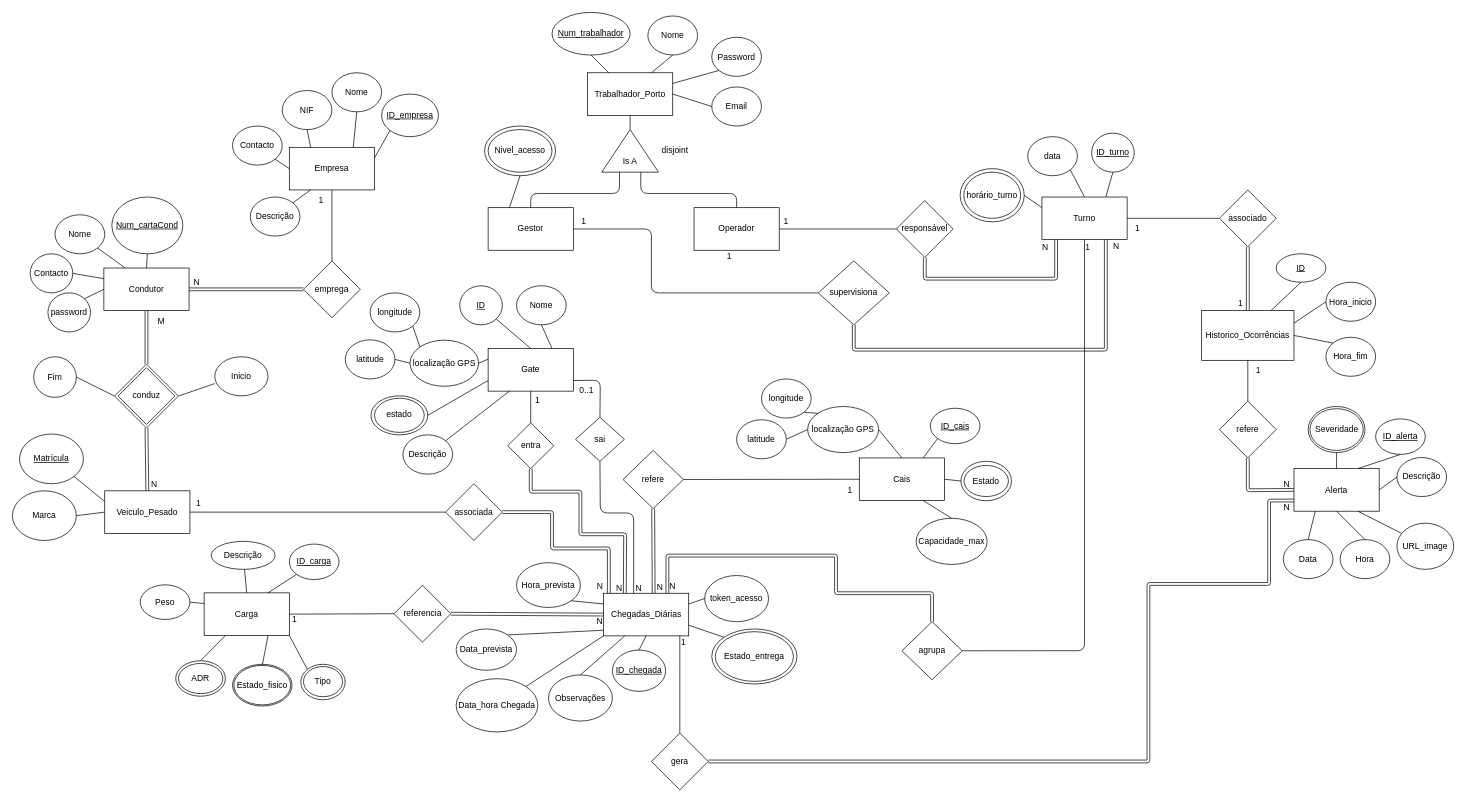
Earlier version of the draw.io diagram docs/BD/Relacional/DER-BD-IntelligentLogistics.drawio (PEI-HAZARDS/IntelligentLogistics). Source tidied: cells renumbered, new cells numbered last; positions are measured from the earlier drawing's top-left corner, leaving out a move shared by most shapes. Both pictures are drawn from the tidied source at 71%, with x=0, y=0 at pixel (12, 12).
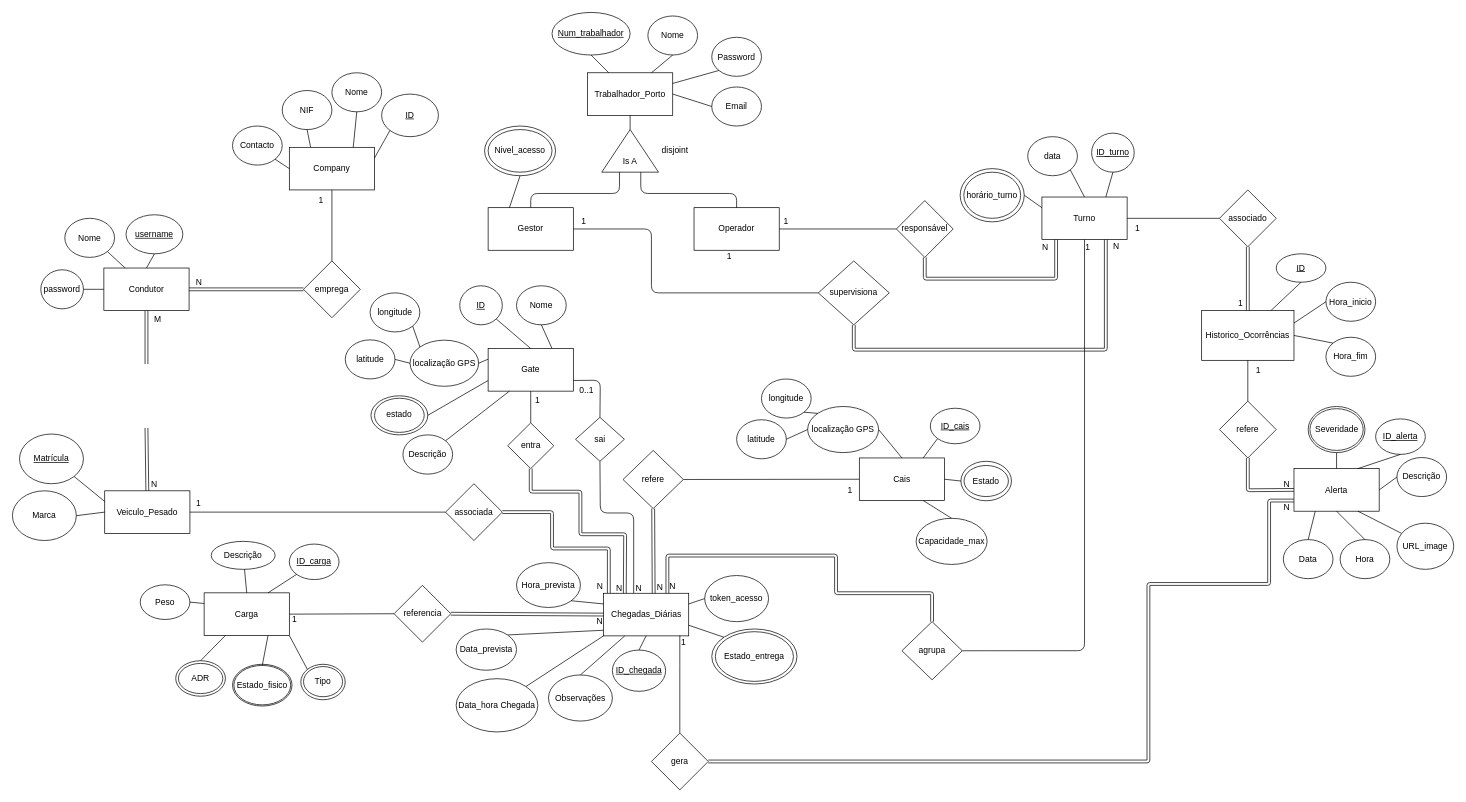
The same page after the edit.

Unchanged cells that the change refers to:
```xml
<mxCell id="10" value="Veiculo_Pesado" style="rounded=0;whiteSpace=wrap;html=1;" parent="1" vertex="1">
  <mxGeometry x="130" y="673.8" width="120" height="60" as="geometry" />
</mxCell>
<mxCell id="17" value="Condutor" style="rounded=0;whiteSpace=wrap;html=1;" parent="1" vertex="1">
  <mxGeometry x="128.8" y="360" width="120" height="60" as="geometry" />
</mxCell>
```

Change to the diagram source:
```diff
@@
-    <mxCell id="6" style="rhombus;whiteSpace=wrap;html=1;" parent="1" vertex="1">
-      <mxGeometry x="143.8" y="495.3" width="90" height="90" as="geometry" />
-    </mxCell>
@@
-    <mxCell id="14" value="Empresa" style="rounded=0;whiteSpace=wrap;html=1;" parent="1" vertex="1">
+    <mxCell id="14" value="Company" style="rounded=0;whiteSpace=wrap;html=1;" parent="1" vertex="1">
       <mxGeometry x="390" y="190" width="120" height="60" as="geometry" />
     </mxCell>
@@
-    <mxCell id="22" value="&lt;u&gt;Num_cartaCond&lt;/u&gt;" style="ellipse;whiteSpace=wrap;html=1;" parent="1" vertex="1">
-      <mxGeometry x="140" y="260" width="100" height="80" as="geometry" />
+    <mxCell id="22" value="&lt;u&gt;username&lt;/u&gt;" style="ellipse;whiteSpace=wrap;html=1;" parent="1" vertex="1">
+      <mxGeometry x="160" y="285" width="80" height="55" as="geometry" />
     </mxCell>
@@
     <mxCell id="24" value="Nome" style="ellipse;whiteSpace=wrap;html=1;" parent="1" vertex="1">
-      <mxGeometry x="60" y="285" width="70" height="55" as="geometry" />
+      <mxGeometry x="73.8" y="290" width="70" height="55" as="geometry" />
     </mxCell>
@@
-    <mxCell id="26" value="Contacto" style="ellipse;whiteSpace=wrap;html=1;" parent="1" vertex="1">
-      <mxGeometry x="25" y="340" width="60" height="55" as="geometry" />
-    </mxCell>
-    <mxCell id="27" style="endArrow=none;html=1;entryX=1;entryY=0.5;entryDx=0;entryDy=0;exitX=0;exitY=0.25;exitDx=0;exitDy=0;" parent="1" edge="1" source="17" target="26">
-      <mxGeometry relative="1" as="geometry" />
-    </mxCell>
@@
-    <mxCell id="95" value="Descrição" style="ellipse;whiteSpace=wrap;html=1;" parent="1" vertex="1">
-      <mxGeometry x="335" y="260" width="70" height="55" as="geometry" />
-    </mxCell>
-    <mxCell id="96" style="endArrow=none;html=1;entryX=1;entryY=0;entryDx=0;entryDy=0;exitX=0.25;exitY=1;exitDx=0;exitDy=0;" parent="1" edge="1" source="14" target="95">
-      <mxGeometry relative="1" as="geometry" />
-    </mxCell>
@@
     <mxCell id="100" value="N" style="text;html=1;align=center;verticalAlign=middle;whiteSpace=wrap;rounded=0;" parent="1" vertex="1">
-      <mxGeometry x="230" y="365" width="60" height="30" as="geometry" />
+      <mxGeometry x="247.5" y="365" width="30" height="30" as="geometry" />
     </mxCell>
@@
-    <mxCell id="140" value="&lt;u&gt;ID_empresa&lt;/u&gt;" style="ellipse;whiteSpace=wrap;html=1;" parent="1" vertex="1">
+    <mxCell id="140" value="&lt;u&gt;ID&lt;/u&gt;" style="ellipse;whiteSpace=wrap;html=1;" parent="1" vertex="1">
       <mxGeometry x="520" y="115" width="80" height="60" as="geometry" />
     </mxCell>
@@
-    <mxCell id="155" value="conduz" style="rhombus;whiteSpace=wrap;html=1;" parent="1" vertex="1">
-      <mxGeometry x="148.8" y="500.3" width="80" height="80" as="geometry" />
-    </mxCell>
-    <mxCell id="156" style="endArrow=none;html=1;exitX=0.5;exitY=1;exitDx=0;exitDy=0;entryX=0.5;entryY=0;entryDx=0;entryDy=0;shape=link;" parent="1" edge="1" source="17" target="6">
-      <mxGeometry relative="1" as="geometry" />
+    <mxCell id="156" style="endArrow=none;html=1;exitX=0.5;exitY=1;exitDx=0;exitDy=0;entryX=0.5;entryY=0;entryDx=0;entryDy=0;shape=link;" parent="1" edge="1" source="17">
+      <mxGeometry relative="1" as="geometry">
+        <mxPoint x="188.8" y="495.3" as="targetPoint" />
+      </mxGeometry>
     </mxCell>
     <mxCell id="157" value="M" style="text;html=1;align=center;verticalAlign=middle;whiteSpace=wrap;rounded=0;" parent="1" vertex="1">
-      <mxGeometry x="180" y="420" width="60" height="30" as="geometry" />
+      <mxGeometry x="190" y="420" width="30" height="25" as="geometry" />
     </mxCell>
-    <mxCell id="158" style="endArrow=none;html=1;exitX=0.5;exitY=0;exitDx=0;exitDy=0;entryX=0.5;entryY=1;entryDx=0;entryDy=0;shape=link;" parent="1" edge="1" source="10" target="6">
-      <mxGeometry relative="1" as="geometry" />
+    <mxCell id="158" style="endArrow=none;html=1;exitX=0.5;exitY=0;exitDx=0;exitDy=0;entryX=0.5;entryY=1;entryDx=0;entryDy=0;shape=link;" parent="1" edge="1" source="10">
+      <mxGeometry relative="1" as="geometry">
+        <mxPoint x="188.8" y="585.3" as="targetPoint" />
+      </mxGeometry>
     </mxCell>
@@
-    <mxCell id="160" value="Inicio" style="ellipse;whiteSpace=wrap;html=1;" parent="1" vertex="1">
-      <mxGeometry x="285" y="485" width="75" height="55" as="geometry" />
-    </mxCell>
-    <mxCell id="161" value="Fim" style="ellipse;whiteSpace=wrap;html=1;" parent="1" vertex="1">
-      <mxGeometry x="30" y="485" width="60" height="57.2" as="geometry" />
-    </mxCell>
-    <mxCell id="162" style="endArrow=none;html=1;exitX=1;exitY=0.5;exitDx=0;exitDy=0;entryX=0;entryY=0.686;entryDx=0;entryDy=0;entryPerimeter=0;" parent="1" edge="1" source="6" target="160">
-      <mxGeometry relative="1" as="geometry" />
-    </mxCell>
-    <mxCell id="163" style="endArrow=none;html=1;entryX=1;entryY=0.5;entryDx=0;entryDy=0;exitX=0;exitY=0.5;exitDx=0;exitDy=0;" parent="1" edge="1" source="6" target="161">
-      <mxGeometry relative="1" as="geometry" />
-    </mxCell>
@@
     <mxCell id="204" value="password" style="ellipse;whiteSpace=wrap;html=1;" parent="1" vertex="1">
-      <mxGeometry x="50" y="395" width="60" height="55" as="geometry" />
+      <mxGeometry x="40" y="362.5" width="60" height="55" as="geometry" />
     </mxCell>
-    <mxCell id="205" style="endArrow=none;html=1;entryX=1;entryY=0;entryDx=0;entryDy=0;exitX=0;exitY=0.5;exitDx=0;exitDy=0;" parent="1" edge="1" source="17" target="204">
+    <mxCell id="205" style="endArrow=none;html=1;entryX=1;entryY=0.5;entryDx=0;entryDy=0;exitX=0;exitY=0.5;exitDx=0;exitDy=0;" parent="1" edge="1" source="17" target="204">
       <mxGeometry relative="1" as="geometry" />
     </mxCell>
```
